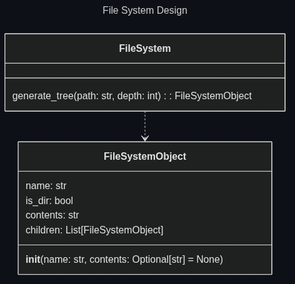
Above: docs/assets/mermaid/fs_design.png in Oldranda1414/AutoDev (Mermaid), before the change. Its source is kept beside it as docs/assets/src/fs_design.mmd.
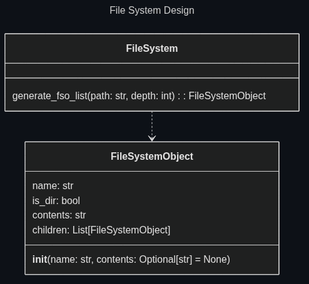
Later version of the same file.

Commit message:
refactor: rename generate_list to generate_fso_list

Change to the diagram source:
```diff
@@ -3,7 +3,7 @@
 ---
 classDiagram
     class FileSystem {
-        generate_tree(path: str, depth: int): FileSystemObject
+        generate_fso_list(path: str, depth: int): FileSystemObject
     }
 
     class FileSystemObject {
```
